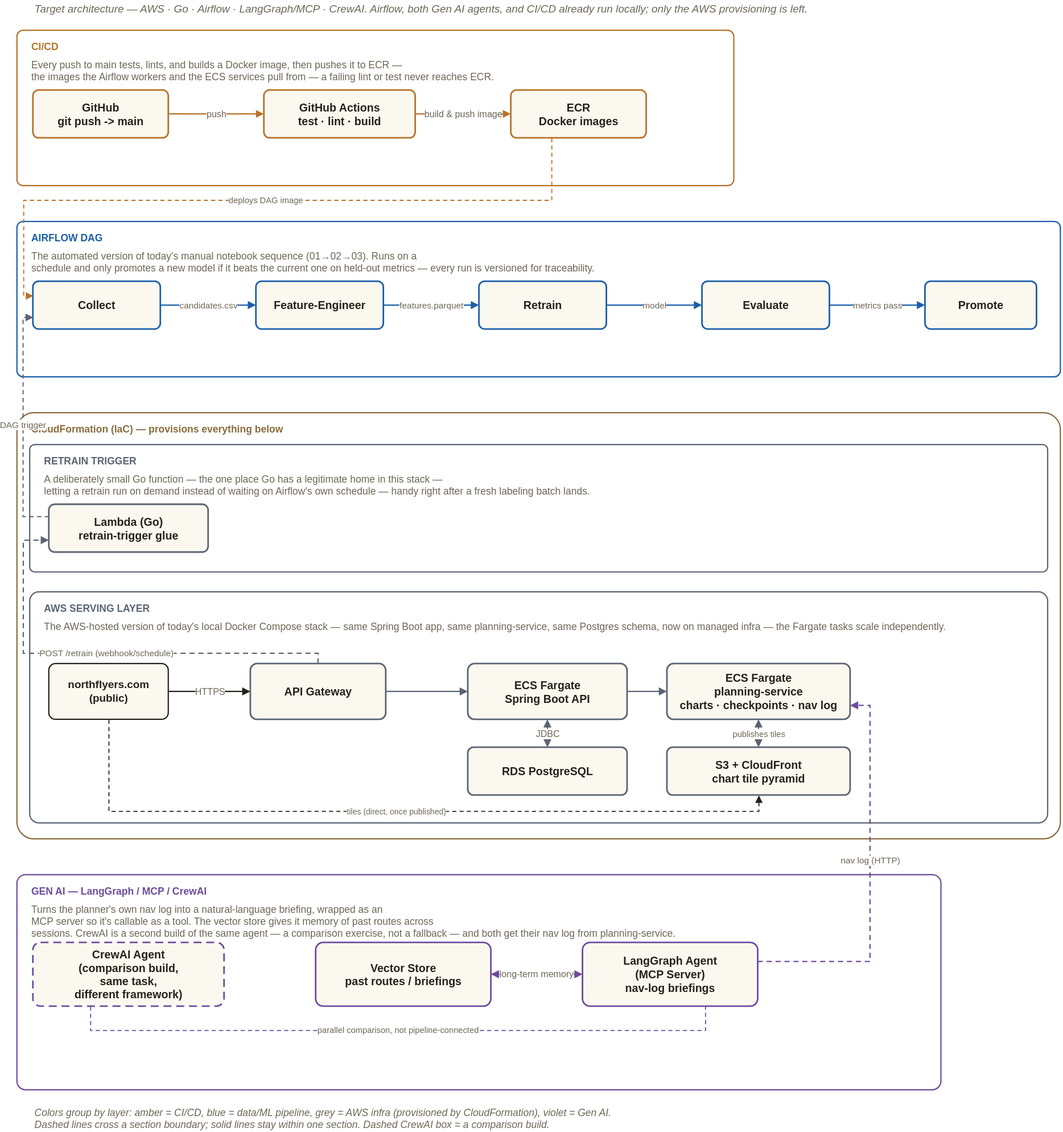
Before: docs/architecture-aws.svg, a diagram exported from draw.io (asdaq-samir/flight_plan). Source tidied: cells renumbered, new cells last; positions are measured from the earlier drawing's top-left corner, leaving out a move shared by most shapes.
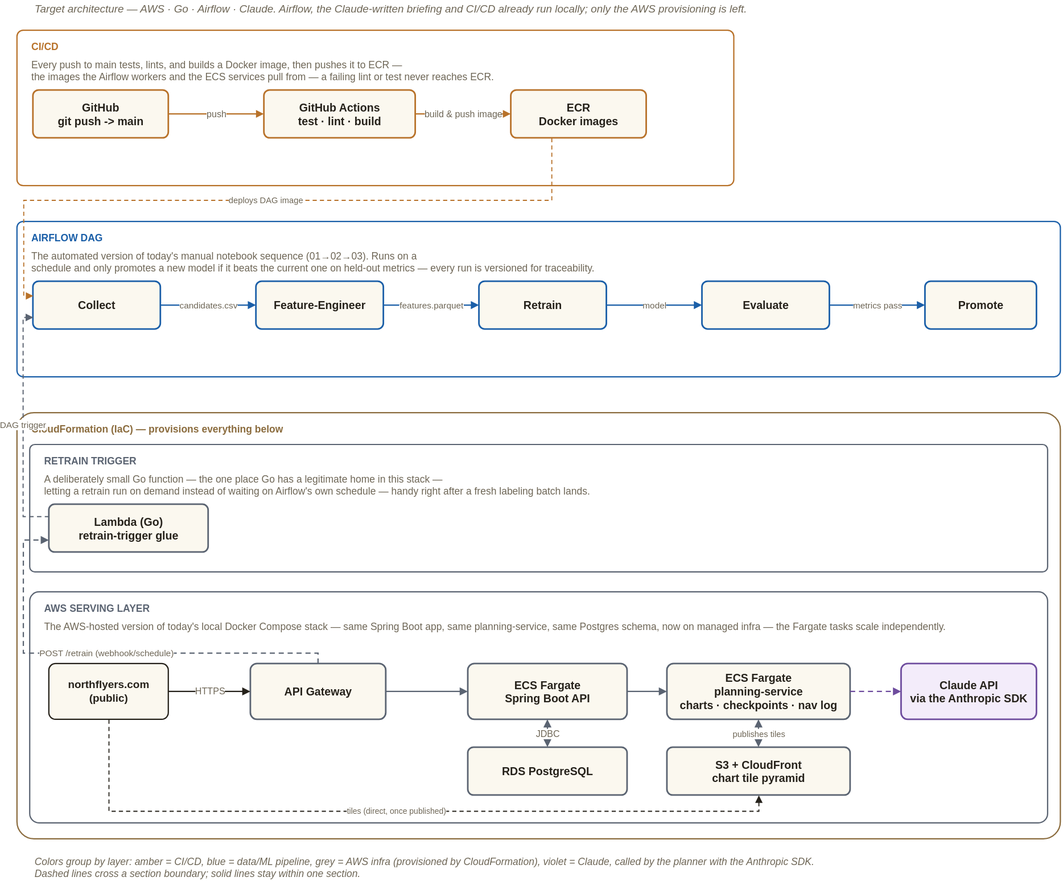
Above is the later version.

Change to the diagram source:
```diff
@@ -2,7 +2,7 @@
   <root>
     <mxCell id="0" />
     <mxCell id="1" parent="0" />
-    <mxCell id="2" value="Target architecture — AWS · Go · Airflow · LangGraph/MCP · CrewAI. Airflow, both Gen AI agents, and CI/CD already run locally; only the AWS provisioning is left." style="text;html=1;fontSize=13.5;fontStyle=2;fontColor=#6E6656;align=left;verticalAlign=middle;" parent="1" vertex="1">
+    <mxCell id="2" value="Target architecture — AWS · Go · Airflow · Claude. Airflow, the Claude-written briefing and CI/CD already run locally; only the AWS provisioning is left." style="text;html=1;fontSize=13.5;fontStyle=2;fontColor=#6E6656;align=left;verticalAlign=middle;" parent="1" vertex="1">
       <mxGeometry x="20" width="1150" height="24" as="geometry" />
     </mxCell>
     <mxCell id="3" style="rounded=1;whiteSpace=wrap;html=1;arcSize=4;fillColor=none;strokeColor=#B8722A;strokeWidth=1.6;" parent="1" vertex="1">
@@ -161,45 +161,14 @@
         </Array>
       </mxGeometry>
     </mxCell>
-    <mxCell id="47" style="rounded=1;whiteSpace=wrap;html=1;arcSize=4;fillColor=none;strokeColor=#6E4C9E;strokeWidth=1.6;" parent="1" vertex="1">
-      <mxGeometry y="1098" width="1160" height="270" as="geometry" />
-    </mxCell>
-    <mxCell id="48" value="GEN AI — LangGraph / MCP / CrewAI" style="text;html=1;fontSize=12.5;fontStyle=1;fontColor=#6E4C9E;align=left;verticalAlign=middle;" parent="1" vertex="1">
-      <mxGeometry x="16" y="1110" width="320" height="18" as="geometry" />
-    </mxCell>
-    <mxCell id="49" value="Turns the planner's own nav log into a natural-language briefing, wrapped as an&#10;MCP server so it's callable as a tool. The vector store gives it memory of past routes across&#10;sessions. CrewAI is a second build of the same agent — a comparison exercise, not a fallback — and both get their nav log from planning-service." style="text;html=1;fontSize=12.5;fontColor=#6E6656;align=left;verticalAlign=top;" parent="1" vertex="1">
-      <mxGeometry x="16" y="1128" width="970" height="42" as="geometry" />
-    </mxCell>
-    <mxCell id="50" value="LangGraph Agent&#10;(MCP Server)&#10;nav-log briefings" style="rounded=1;whiteSpace=wrap;html=1;arcSize=12;fillColor=#FBF8EF;strokeColor=#6E4C9E;strokeWidth=2;fontColor=#26221B;fontSize=14;fontStyle=1;verticalAlign=middle;spacing=4;" parent="1" vertex="1">
-      <mxGeometry x="710" y="1183" width="220" height="80" as="geometry" />
-    </mxCell>
-    <mxCell id="51" value="Vector Store&#10;past routes / briefings" style="rounded=1;whiteSpace=wrap;html=1;arcSize=12;fillColor=#FBF8EF;strokeColor=#6E4C9E;strokeWidth=2;fontColor=#26221B;fontSize=14;fontStyle=1;verticalAlign=middle;spacing=4;" parent="1" vertex="1">
-      <mxGeometry x="375" y="1183" width="220" height="80" as="geometry" />
-    </mxCell>
-    <mxCell id="52" value="CrewAI Agent&#10;(comparison build,&#10;same task,&#10;different framework)" style="rounded=1;whiteSpace=wrap;html=1;arcSize=12;fillColor=#FBF8EF;strokeColor=#6E4C9E;strokeWidth=2;dashed=1;dashPattern=5 3;fontColor=#26221B;fontSize=14;fontStyle=1;verticalAlign=middle;spacing=4;" parent="1" vertex="1">
-      <mxGeometry x="20" y="1183" width="240" height="80" as="geometry" />
-    </mxCell>
-    <mxCell id="53" value="long-term memory" style="edgeStyle=orthogonalEdgeStyle;rounded=0;html=1;strokeColor=#6E4C9E;strokeWidth=1.6;fontSize=11.5;fontColor=#6E6656;endArrow=block;endFill=1;startArrow=block;startFill=1;" parent="1" edge="1" source="50" target="51">
-      <mxGeometry relative="1" as="geometry" />
-    </mxCell>
-    <mxCell id="54" value="parallel comparison, not pipeline-connected" style="edgeStyle=orthogonalEdgeStyle;rounded=0;html=1;strokeColor=#6E4C9E;strokeWidth=1.3;dashed=1;dashPattern=4 3;fontSize=10.5;fontColor=#6E6656;startArrow=none;endArrow=none;exitX=0.3;exitY=1;entryX=0.7;entryY=1;" parent="1" edge="1" source="52" target="50">
-      <mxGeometry relative="1" as="geometry">
-        <Array as="points">
-          <mxPoint x="92" y="1293" />
-          <mxPoint x="864" y="1293" />
-        </Array>
-      </mxGeometry>
-    </mxCell>
-    <mxCell id="55" value="nav log (HTTP)" style="edgeStyle=orthogonalEdgeStyle;rounded=0;html=1;strokeColor=#6E4C9E;strokeWidth=1.6;dashed=1;dashPattern=4 3;fontSize=11;fontColor=#6E6656;endArrow=block;endFill=1;exitX=1;exitY=0.3;entryX=1;entryY=0.75;" parent="1" edge="1" source="50" target="32">
-      <mxGeometry x="0.1" relative="1" as="geometry">
-        <Array as="points">
-          <mxPoint x="1071" y="1207" />
-          <mxPoint x="1071" y="885" />
-        </Array>
-      </mxGeometry>
-    </mxCell>
+    <mxCell id="57" value="Claude API&#10;via the Anthropic SDK" style="rounded=1;whiteSpace=wrap;html=1;arcSize=12;fillColor=#F3ECFA;strokeColor=#6E4C9E;strokeWidth=2;fontColor=#26221B;fontSize=14;fontStyle=1;verticalAlign=middle;spacing=4;" parent="1" vertex="1">
+      <mxGeometry x="1110" y="833" width="170" height="70" as="geometry" />
+    </mxCell>
+    <mxCell id="58" style="edgeStyle=orthogonalEdgeStyle;rounded=0;html=1;strokeColor=#6E4C9E;strokeWidth=1.6;dashed=1;dashPattern=4 3;fontSize=10;fontColor=#6E6656;endArrow=block;endFill=1;" parent="1" edge="1" source="32" target="57">
+      <mxGeometry relative="1" as="geometry" />
+    </mxCell>
-    <mxCell id="56" value="Colors group by layer: amber = CI/CD, blue = data/ML pipeline, grey = AWS infra (provisioned by CloudFormation), violet = Gen AI.&#10;Dashed lines cross a section boundary; solid lines stay within one section. Dashed CrewAI box = a comparison build." style="text;html=1;fontSize=12.5;fontColor=#6E6656;fontStyle=2;align=left;verticalAlign=middle;" parent="1" vertex="1">
-      <mxGeometry x="20" y="1388" width="1200" height="32" as="geometry" />
+    <mxCell id="56" value="Colors group by layer: amber = CI/CD, blue = data/ML pipeline, grey = AWS infra (provisioned by CloudFormation), violet = Claude, called by the planner with the Anthropic SDK.&#10;Dashed lines cross a section boundary; solid lines stay within one section." style="text;html=1;fontSize=12.5;fontColor=#6E6656;fontStyle=2;align=left;verticalAlign=middle;" parent="1" vertex="1">
+      <mxGeometry x="20" y="1073" width="1200" height="32" as="geometry" />
     </mxCell>
   </root>
 </mxGraphModel>
```
